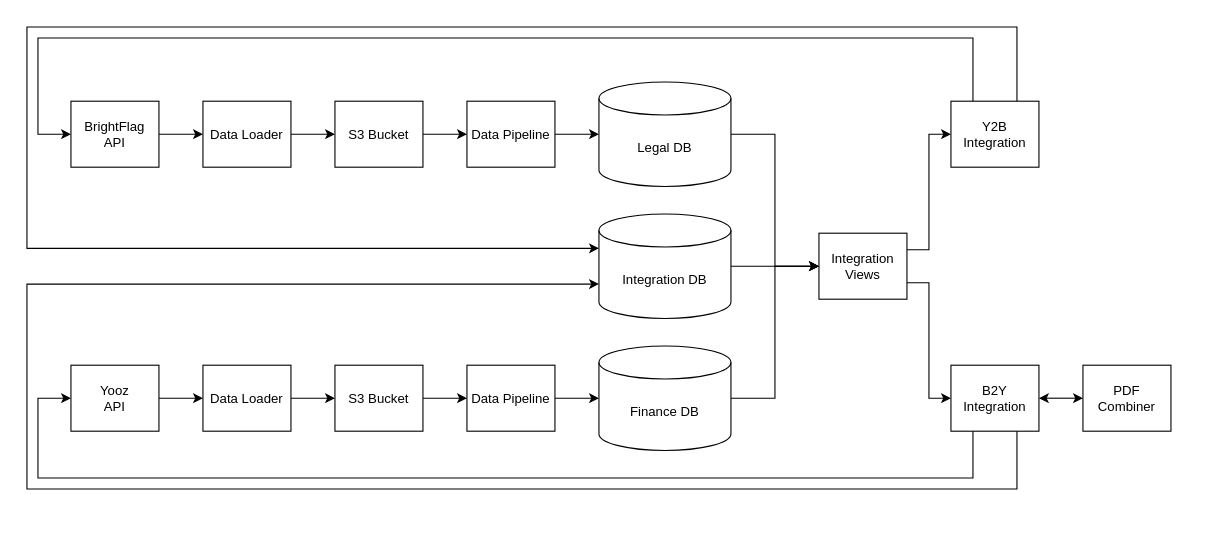
This is BrightFlag architecture.drawio from bflexion/diagrams, a draw.io file, before an edit. Source tidied: cells renumbered, new cells numbered last; positions are measured from the earlier drawing's top-left corner, leaving out a move shared by most shapes. Both pictures are drawn from the tidied source at 110%, with x=0, y=0 at pixel (26, 26).
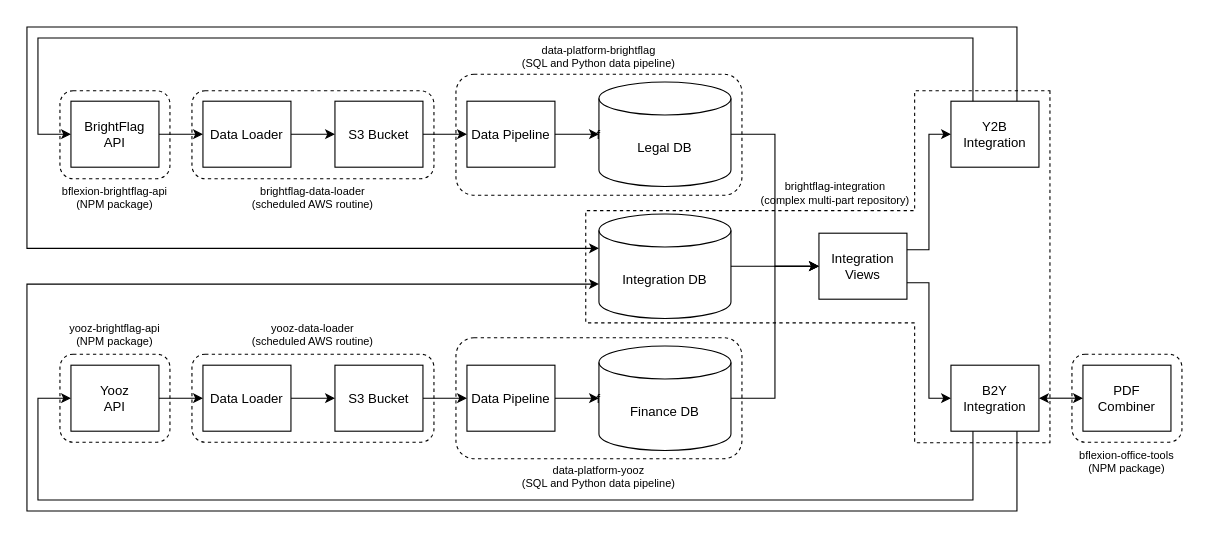
The same page after the edit.

Unchanged cells that the change refers to:
```xml
<mxCell id="5" value="Yooz&lt;div&gt;API&lt;/div&gt;" style="rounded=0;whiteSpace=wrap;html=1;" parent="1" vertex="1">
  <mxGeometry x="40" y="307.5" width="80" height="60" as="geometry" />
</mxCell>
<mxCell id="7" value="Integration DB" style="shape=cylinder3;whiteSpace=wrap;html=1;boundedLbl=1;backgroundOutline=1;size=15;" parent="1" vertex="1">
  <mxGeometry x="520" y="170" width="120" height="95" as="geometry" />
</mxCell>
<mxCell id="26" value="B2Y Integration" style="rounded=0;whiteSpace=wrap;html=1;" parent="1" vertex="1">
  <mxGeometry x="840" y="307.5" width="80" height="60" as="geometry" />
</mxCell>
```

The edit, as a diff of the source:
```diff
@@
     <mxCell id="30" style="endArrow=classic;html=1;rounded=0;exitX=0.25;exitY=1;exitDx=0;exitDy=0;entryX=0;entryY=0.5;entryDx=0;entryDy=0;edgeStyle=orthogonalEdgeStyle;" parent="1" edge="1" source="26" target="5">
       <mxGeometry relative="1" as="geometry">
         <Array as="points">
-          <mxPoint x="860" y="410" />
-          <mxPoint x="10" y="410" />
+          <mxPoint x="860" y="430" />
+          <mxPoint x="10" y="430" />
           <mxPoint x="10" y="338" />
         </Array>
       </mxGeometry>
     </mxCell>
     <mxCell id="31" style="endArrow=classic;html=1;rounded=0;entryX=0;entryY=0;entryDx=0;entryDy=63.75;entryPerimeter=0;edgeStyle=orthogonalEdgeStyle;exitX=0.75;exitY=1;exitDx=0;exitDy=0;" parent="1" edge="1" source="26" target="7">
       <mxGeometry relative="1" as="geometry">
         <Array as="points">
-          <mxPoint x="900" y="420" />
-          <mxPoint y="420" />
+          <mxPoint x="900" y="440" />
+          <mxPoint y="440" />
           <mxPoint y="234" />
         </Array>
       </mxGeometry>
     </mxCell>
@@
+    <mxCell id="35" style="rounded=1;whiteSpace=wrap;html=1;dashed=1;fillColor=none;" parent="1" vertex="1">
+      <mxGeometry x="30" y="58" width="100" height="80" as="geometry" />
+    </mxCell>
+    <mxCell id="36" style="rounded=1;whiteSpace=wrap;html=1;dashed=1;fillColor=none;" parent="1" vertex="1">
+      <mxGeometry x="150" y="58" width="220" height="80" as="geometry" />
+    </mxCell>
+    <mxCell id="37" value="f" style="rounded=1;whiteSpace=wrap;html=1;dashed=1;fillColor=none;" parent="1" vertex="1">
+      <mxGeometry x="390" y="43" width="260" height="110" as="geometry" />
+    </mxCell>
+    <mxCell id="38" value="f" style="rounded=1;whiteSpace=wrap;html=1;dashed=1;fillColor=none;" parent="1" vertex="1">
+      <mxGeometry x="390" y="282.5" width="260" height="110" as="geometry" />
+    </mxCell>
+    <mxCell id="39" style="rounded=1;whiteSpace=wrap;html=1;dashed=1;fillColor=none;" parent="1" vertex="1">
+      <mxGeometry x="30" y="297.5" width="100" height="80" as="geometry" />
+    </mxCell>
+    <mxCell id="40" style="rounded=1;whiteSpace=wrap;html=1;dashed=1;fillColor=none;" parent="1" vertex="1">
+      <mxGeometry x="150" y="297.5" width="220" height="80" as="geometry" />
+    </mxCell>
+    <mxCell id="41" value="bflexion-brightflag-api&lt;div&gt;(NPM package)&lt;/div&gt;" style="text;html=1;align=center;verticalAlign=middle;whiteSpace=wrap;rounded=0;fontSize=10;" parent="1" vertex="1">
+      <mxGeometry x="5" y="140" width="150" height="30" as="geometry" />
+    </mxCell>
+    <mxCell id="42" value="brightflag-data-loader&lt;div&gt;(scheduled AWS routine)&lt;/div&gt;" style="text;html=1;align=center;verticalAlign=middle;whiteSpace=wrap;rounded=0;fontSize=10;" parent="1" vertex="1">
+      <mxGeometry x="185" y="140" width="150" height="30" as="geometry" />
+    </mxCell>
+    <mxCell id="43" value="data-platform-brightflag&lt;div&gt;(SQL and Python data pipeline)&lt;/div&gt;" style="text;html=1;align=center;verticalAlign=middle;whiteSpace=wrap;rounded=0;fontSize=10;" parent="1" vertex="1">
+      <mxGeometry x="445" y="12" width="150" height="30" as="geometry" />
+    </mxCell>
+    <mxCell id="44" value="yooz-brightflag-api&lt;div&gt;(NPM package)&lt;/div&gt;" style="text;html=1;align=center;verticalAlign=middle;whiteSpace=wrap;rounded=0;fontSize=10;" parent="1" vertex="1">
+      <mxGeometry x="5" y="265" width="150" height="30" as="geometry" />
+    </mxCell>
+    <mxCell id="45" value="yooz-data-loader&lt;div&gt;(scheduled AWS routine)&lt;/div&gt;" style="text;html=1;align=center;verticalAlign=middle;whiteSpace=wrap;rounded=0;fontSize=10;" parent="1" vertex="1">
+      <mxGeometry x="185" y="265" width="150" height="30" as="geometry" />
+    </mxCell>
+    <mxCell id="46" value="data-platform-yooz&lt;div&gt;(SQL and Python data pipeline)&lt;/div&gt;" style="text;html=1;align=center;verticalAlign=middle;whiteSpace=wrap;rounded=0;fontSize=10;" parent="1" vertex="1">
+      <mxGeometry x="445" y="393.5" width="150" height="30" as="geometry" />
+    </mxCell>
+    <mxCell id="47" style="shape=tee;whiteSpace=wrap;html=1;rotation=90;dashed=1;fillColor=none;dx=102;dy=123;" parent="1" vertex="1">
+      <mxGeometry x="559" y="7" width="320" height="422" as="geometry" />
+    </mxCell>
+    <mxCell id="48" value="brightflag-integration&lt;div&gt;(complex multi-part repository)&lt;/div&gt;" style="text;html=1;align=center;verticalAlign=middle;whiteSpace=wrap;rounded=0;fontSize=10;" parent="1" vertex="1">
+      <mxGeometry x="660" y="136" width="150" height="30" as="geometry" />
+    </mxCell>
+    <mxCell id="49" style="rounded=1;whiteSpace=wrap;html=1;dashed=1;fillColor=none;" parent="1" vertex="1">
+      <mxGeometry x="950" y="297.5" width="100" height="80" as="geometry" />
+    </mxCell>
+    <mxCell id="50" value="bflexion-office-tools&lt;div&gt;(NPM package)&lt;/div&gt;" style="text;html=1;align=center;verticalAlign=middle;whiteSpace=wrap;rounded=0;fontSize=10;" parent="1" vertex="1">
+      <mxGeometry x="925" y="379.5" width="150" height="30" as="geometry" />
+    </mxCell>
```
